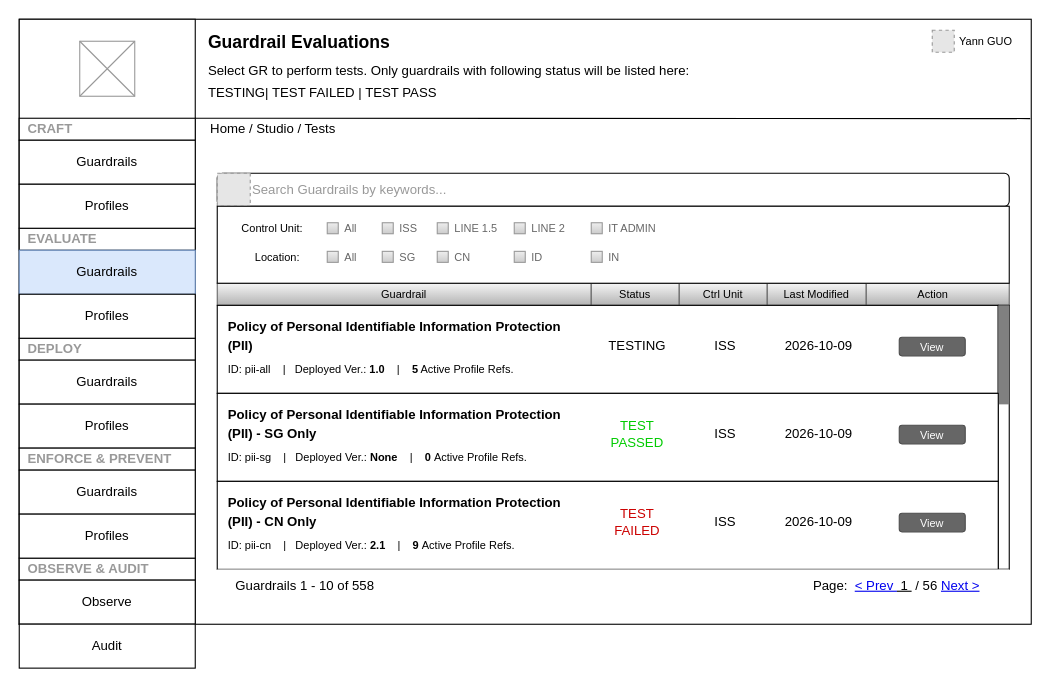
Before: page "TEC-GR-Test" (20 of 21) of NMGR.drawio in thinker-g/fx-drive, a draw.io diagram. Source tidied: cells renumbered, new cells numbered last; positions are measured from the earlier drawing's top-left corner, leaving out a move shared by most shapes. Both pictures are drawn from the tidied source at 110%, with x=0, y=0 at pixel (19, 19). Pictures stored in the file or linked from it are replaced by grey dashed boxes.
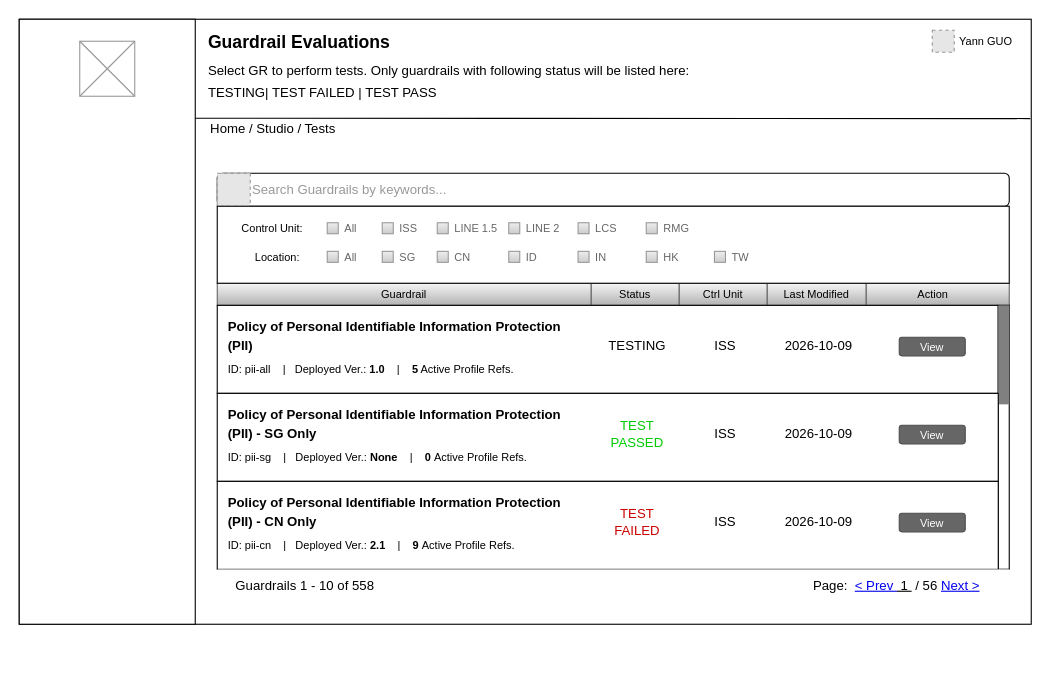
Above is the later version.

The change refers to these unchanged cells:
```xml
<mxCell id="47" style="group;" parent="1" vertex="1">
  <mxGeometry x="180" y="170" width="720" height="70" as="geometry" />
</mxCell>
```

Diff of the diagram source:
```diff
@@
+    <mxCell id="61" value="Home / Studio / Tests" style="fillColor=none;strokeColor=none;html=1;fontColor=#000000;align=left;verticalAlign=middle;whiteSpace=wrap;fontSize=12;fontStyle=0;spacingLeft=12;" parent="1" vertex="1">
+      <mxGeometry x="160" y="90" width="360" height="20" as="geometry" />
+    </mxCell>
@@
     <mxCell id="52" value="LINE 2" style="strokeWidth=1;shadow=0;dashed=0;align=left;html=1;shape=mxgraph.mockup.forms.rrect;rSize=0;fillColor=#eeeeee;strokeColor=#999999;gradientColor=#cccccc;align=left;spacingLeft=4;fontSize=10;fontColor=#666666;labelPosition=right;verticalLabelPosition=middle;verticalAlign=middle;" parent="47" vertex="1">
-      <mxGeometry x="270" y="15" width="10" height="10" as="geometry" />
+      <mxGeometry x="265" y="15" width="10" height="10" as="geometry" />
     </mxCell>
-    <mxCell id="53" value="IT ADMIN" style="strokeWidth=1;shadow=0;dashed=0;align=left;html=1;shape=mxgraph.mockup.forms.rrect;rSize=0;fillColor=#eeeeee;strokeColor=#999999;gradientColor=#cccccc;align=left;spacingLeft=4;fontSize=10;fontColor=#666666;labelPosition=right;verticalLabelPosition=middle;verticalAlign=middle;" parent="47" vertex="1">
-      <mxGeometry x="340" y="15" width="10" height="10" as="geometry" />
-    </mxCell>
@@
     <mxCell id="59" value="ID" style="strokeWidth=1;shadow=0;dashed=0;align=left;html=1;shape=mxgraph.mockup.forms.rrect;rSize=0;fillColor=#eeeeee;strokeColor=#999999;gradientColor=#cccccc;align=left;spacingLeft=4;fontSize=10;fontColor=#666666;labelPosition=right;verticalLabelPosition=middle;verticalAlign=middle;" parent="47" vertex="1">
-      <mxGeometry x="270" y="41" width="10" height="10" as="geometry" />
+      <mxGeometry x="265" y="41" width="10" height="10" as="geometry" />
     </mxCell>
     <mxCell id="60" value="IN" style="strokeWidth=1;shadow=0;dashed=0;align=left;html=1;shape=mxgraph.mockup.forms.rrect;rSize=0;fillColor=#eeeeee;strokeColor=#999999;gradientColor=#cccccc;align=left;spacingLeft=4;fontSize=10;fontColor=#666666;labelPosition=right;verticalLabelPosition=middle;verticalAlign=middle;" parent="47" vertex="1">
-      <mxGeometry x="340" y="41" width="10" height="10" as="geometry" />
+      <mxGeometry x="328" y="41" width="10" height="10" as="geometry" />
     </mxCell>
-    <mxCell id="61" value="Home / Studio / Tests" style="fillColor=none;strokeColor=none;html=1;fontColor=#000000;align=left;verticalAlign=middle;whiteSpace=wrap;fontSize=12;fontStyle=0;spacingLeft=12;" parent="1" vertex="1">
-      <mxGeometry x="160" y="90" width="360" height="20" as="geometry" />
-    </mxCell>
-    <mxCell id="62" value="CRAFT" style="rounded=0;whiteSpace=wrap;html=1;align=left;fontColor=#999999;fontStyle=1;spacingLeft=6;" parent="1" vertex="1">
-      <mxGeometry y="90" width="160" height="20" as="geometry" />
-    </mxCell>
-    <mxCell id="63" value="DEPLOY" style="rounded=0;whiteSpace=wrap;html=1;align=left;fontColor=#999999;fontStyle=1;spacingLeft=6;" parent="1" vertex="1">
-      <mxGeometry y="290" width="160" height="20" as="geometry" />
-    </mxCell>
-    <mxCell id="64" value="Guardrails" style="rounded=0;whiteSpace=wrap;html=1;" parent="1" vertex="1">
-      <mxGeometry y="110" width="160" height="40" as="geometry" />
-    </mxCell>
-    <mxCell id="65" value="EVALUATE" style="rounded=0;whiteSpace=wrap;html=1;align=left;fontColor=#999999;fontStyle=1;spacingLeft=6;" parent="1" vertex="1">
-      <mxGeometry y="190" width="160" height="20" as="geometry" />
-    </mxCell>
-    <mxCell id="66" value="Guardrails" style="rounded=0;whiteSpace=wrap;html=1;fillColor=#dae8fc;strokeColor=#6c8ebf;" parent="1" vertex="1">
-      <mxGeometry y="210" width="160" height="40" as="geometry" />
-    </mxCell>
-    <mxCell id="67" value="Guardrails" style="rounded=0;whiteSpace=wrap;html=1;" parent="1" vertex="1">
-      <mxGeometry y="309.9" width="160" height="40" as="geometry" />
-    </mxCell>
-    <mxCell id="68" value="Profiles" style="rounded=0;whiteSpace=wrap;html=1;" parent="1" vertex="1">
-      <mxGeometry y="349.9" width="160" height="40" as="geometry" />
-    </mxCell>
-    <mxCell id="69" value="Profiles" style="rounded=0;whiteSpace=wrap;html=1;" parent="1" vertex="1">
-      <mxGeometry y="150" width="160" height="40" as="geometry" />
-    </mxCell>
-    <mxCell id="70" value="Profiles" style="rounded=0;whiteSpace=wrap;html=1;" parent="1" vertex="1">
-      <mxGeometry y="250" width="160" height="40" as="geometry" />
-    </mxCell>
-    <mxCell id="71" value="ENFORCE &amp;amp; PREVENT" style="rounded=0;whiteSpace=wrap;html=1;align=left;fontColor=#999999;fontStyle=1;spacingLeft=6;" parent="1" vertex="1">
-      <mxGeometry y="389.9" width="160" height="20" as="geometry" />
-    </mxCell>
-    <mxCell id="72" value="OBSERVE &amp;amp; AUDIT" style="rounded=0;whiteSpace=wrap;html=1;align=left;fontColor=#999999;fontStyle=1;spacingLeft=6;" parent="1" vertex="1">
-      <mxGeometry y="489.9" width="160" height="20" as="geometry" />
-    </mxCell>
-    <mxCell id="73" value="Guardrails" style="rounded=0;whiteSpace=wrap;html=1;" parent="1" vertex="1">
-      <mxGeometry y="409.9" width="160" height="40" as="geometry" />
-    </mxCell>
-    <mxCell id="74" value="Profiles" style="rounded=0;whiteSpace=wrap;html=1;" parent="1" vertex="1">
-      <mxGeometry y="449.9" width="160" height="40" as="geometry" />
-    </mxCell>
-    <mxCell id="75" value="Observe" style="rounded=0;whiteSpace=wrap;html=1;" parent="1" vertex="1">
-      <mxGeometry y="509.9" width="160" height="40" as="geometry" />
-    </mxCell>
-    <mxCell id="76" value="Audit" style="rounded=0;whiteSpace=wrap;html=1;" parent="1" vertex="1">
-      <mxGeometry y="549.9" width="160" height="40" as="geometry" />
-    </mxCell>
+    <mxCell id="77" value="HK" style="strokeWidth=1;shadow=0;dashed=0;align=left;html=1;shape=mxgraph.mockup.forms.rrect;rSize=0;fillColor=#eeeeee;strokeColor=#999999;gradientColor=#cccccc;align=left;spacingLeft=4;fontSize=10;fontColor=#666666;labelPosition=right;verticalLabelPosition=middle;verticalAlign=middle;" parent="47" vertex="1">
+      <mxGeometry x="390" y="41" width="10" height="10" as="geometry" />
+    </mxCell>
+    <mxCell id="78" value="TW" style="strokeWidth=1;shadow=0;dashed=0;align=left;html=1;shape=mxgraph.mockup.forms.rrect;rSize=0;fillColor=#eeeeee;strokeColor=#999999;gradientColor=#cccccc;align=left;spacingLeft=4;fontSize=10;fontColor=#666666;labelPosition=right;verticalLabelPosition=middle;verticalAlign=middle;" parent="47" vertex="1">
+      <mxGeometry x="452" y="41" width="10" height="10" as="geometry" />
+    </mxCell>
+    <mxCell id="79" value="LCS" style="strokeWidth=1;shadow=0;dashed=0;align=left;html=1;shape=mxgraph.mockup.forms.rrect;rSize=0;fillColor=#eeeeee;strokeColor=#999999;gradientColor=#cccccc;align=left;spacingLeft=4;fontSize=10;fontColor=#666666;labelPosition=right;verticalLabelPosition=middle;verticalAlign=middle;" parent="47" vertex="1">
+      <mxGeometry x="328" y="15" width="10" height="10" as="geometry" />
+    </mxCell>
+    <mxCell id="80" value="RMG" style="strokeWidth=1;shadow=0;dashed=0;align=left;html=1;shape=mxgraph.mockup.forms.rrect;rSize=0;fillColor=#eeeeee;strokeColor=#999999;gradientColor=#cccccc;align=left;spacingLeft=4;fontSize=10;fontColor=#666666;labelPosition=right;verticalLabelPosition=middle;verticalAlign=middle;" parent="47" vertex="1">
+      <mxGeometry x="390" y="15" width="10" height="10" as="geometry" />
+    </mxCell>
```
